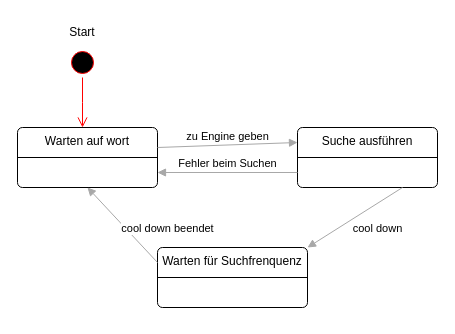
Above: 05_UML/Zustandsdiagramm.drawio in limemime/BHT_Softwaretechnik_SS26_JEstrada (draw.io), before the change. Source tidied: cells renumbered, new cells numbered last; positions are measured from the earlier drawing's top-left corner, leaving out a move shared by most shapes. Both pictures are drawn from the tidied source at 100%, with x=0, y=0 at pixel (17, 17).
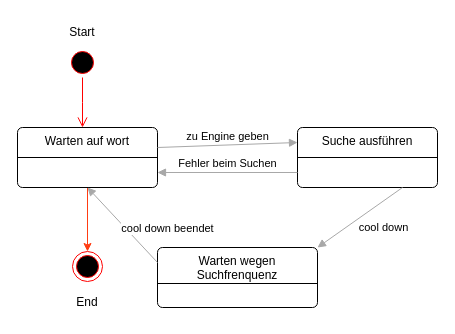
Above is the later version.

What changed in the source:
```diff
@@
 <mxGraphModel>
   <root>
     <mxCell id="0" />
     <mxCell id="1" parent="0" />
     <mxCell id="2" style="ellipse;html=1;shape=startState;fillColor=#000000;strokeColor=#ff0000;" parent="1" vertex="1">
       <mxGeometry x="50" y="30" width="30" height="30" as="geometry" />
     </mxCell>
     <mxCell id="3" style="edgeStyle=orthogonalEdgeStyle;html=1;verticalAlign=bottom;endArrow=open;endSize=8;strokeColor=#ff0000;rounded=0;" parent="1" edge="1" source="2">
       <mxGeometry relative="1" as="geometry">
         <mxPoint x="65" y="110" as="targetPoint" />
       </mxGeometry>
     </mxCell>
+    <mxCell id="15" style="edgeStyle=orthogonalEdgeStyle;rounded=0;jettySize=auto;html=1;strokeColor=light-dark(#FF3C12,#FFFFFF);" parent="1" edge="1" source="4" target="16">
+      <mxGeometry relative="1" as="geometry" />
+    </mxCell>
     <mxCell id="4" value="Warten auf wort" style="html=1;align=center;verticalAlign=top;rounded=1;absoluteArcSize=1;arcSize=10;dashed=0;whiteSpace=wrap;" parent="1" vertex="1">
       <mxGeometry y="110" width="140" height="60" as="geometry" />
     </mxCell>
     <mxCell id="5" value="Start" style="text;html=1;whiteSpace=wrap;strokeColor=none;fillColor=none;align=center;verticalAlign=middle;rounded=0;" parent="1" vertex="1">
       <mxGeometry x="35" width="60" height="30" as="geometry" />
     </mxCell>
     <mxCell id="6" style="line;strokeWidth=1;fillColor=none;align=left;verticalAlign=middle;spacingTop=-1;spacingLeft=3;spacingRight=3;labelPosition=right;strokeColor=inherit;" parent="1" vertex="1">
       <mxGeometry y="136" width="140" height="8" as="geometry" />
     </mxCell>
     <mxCell id="7" value="Suche ausführen" style="html=1;align=center;verticalAlign=top;rounded=1;absoluteArcSize=1;arcSize=10;dashed=0;whiteSpace=wrap;" parent="1" vertex="1">
       <mxGeometry x="280" y="110" width="140" height="60" as="geometry" />
     </mxCell>
     <mxCell id="8" style="line;strokeWidth=1;fillColor=none;align=left;verticalAlign=middle;spacingTop=-1;spacingLeft=3;spacingRight=3;labelPosition=right;strokeColor=inherit;" parent="1" vertex="1">
       <mxGeometry x="280" y="136" width="140" height="8" as="geometry" />
     </mxCell>
-    <mxCell id="9" value="Warten für Suchfrenquenz" style="html=1;align=center;verticalAlign=top;rounded=1;absoluteArcSize=1;arcSize=10;dashed=0;whiteSpace=wrap;" parent="1" vertex="1">
-      <mxGeometry x="140" y="230" width="150" height="60" as="geometry" />
+    <mxCell id="9" value="Warten wegen Suchfrenquenz" style="html=1;align=center;verticalAlign=top;rounded=1;absoluteArcSize=1;arcSize=10;dashed=0;whiteSpace=wrap;" parent="1" vertex="1">
+      <mxGeometry x="140" y="230" width="160" height="60" as="geometry" />
     </mxCell>
     <mxCell id="10" style="line;strokeWidth=1;fillColor=none;align=left;verticalAlign=middle;spacingTop=-1;spacingLeft=3;spacingRight=3;labelPosition=right;strokeColor=inherit;" parent="1" vertex="1">
-      <mxGeometry x="140" y="256" width="150" height="8" as="geometry" />
+      <mxGeometry x="140" y="262" width="160" height="8" as="geometry" />
     </mxCell>
     <mxCell id="11" value="zu Engine geben" style="html=1;verticalAlign=bottom;endArrow=block;curved=0;rounded=0;entryX=0;entryY=0.25;entryDx=0;entryDy=0;strokeColor=light-dark(#A8A8A8,#FFFFFF);" parent="1" edge="1" target="7">
       <mxGeometry relative="1" as="geometry">
         <mxPoint x="140" y="130" as="sourcePoint" />
       </mxGeometry>
     </mxCell>
     <mxCell id="12" value="Fehler beim Suchen" style="html=1;verticalAlign=bottom;endArrow=block;curved=0;rounded=0;entryX=1;entryY=0.75;entryDx=0;entryDy=0;strokeColor=light-dark(#A8A8A8,#FFFFFF);exitX=0;exitY=0.75;exitDx=0;exitDy=0;" parent="1" edge="1" source="7" target="4">
       <mxGeometry relative="1" as="geometry" />
     </mxCell>
     <mxCell id="13" value="cool down" style="html=1;verticalAlign=bottom;endArrow=block;curved=0;rounded=0;entryX=1;entryY=0;entryDx=0;entryDy=0;strokeColor=light-dark(#A8A8A8,#FFFFFF);exitX=0.75;exitY=1;exitDx=0;exitDy=0;" parent="1" edge="1" source="7" target="9">
       <mxGeometry x="-0.15" y="29" relative="1" as="geometry" />
     </mxCell>
     <mxCell id="14" value="cool down beendet" style="html=1;verticalAlign=bottom;endArrow=block;curved=0;rounded=0;entryX=0.5;entryY=1;entryDx=0;entryDy=0;strokeColor=light-dark(#A8A8A8,#FFFFFF);exitX=0;exitY=0.25;exitDx=0;exitDy=0;" parent="1" edge="1" source="9" target="4">
       <mxGeometry x="-0.78" y="-24" relative="1" as="geometry">
         <mxPoint y="-1" as="offset" />
       </mxGeometry>
     </mxCell>
+    <mxCell id="16" style="ellipse;html=1;shape=endState;fillColor=#000000;strokeColor=#ff0000;" parent="1" vertex="1">
+      <mxGeometry x="55" y="234" width="30" height="30" as="geometry" />
+    </mxCell>
+    <mxCell id="17" value="End" style="text;html=1;whiteSpace=wrap;strokeColor=none;fillColor=none;align=center;verticalAlign=middle;rounded=0;" parent="1" vertex="1">
+      <mxGeometry x="40" y="270" width="60" height="30" as="geometry" />
+    </mxCell>
   </root>
 </mxGraphModel>
```
